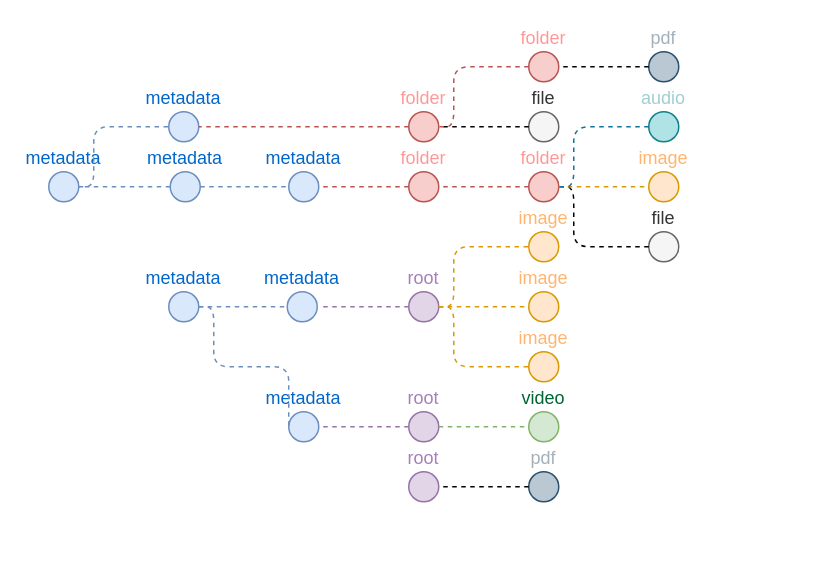
Before: docs/item-types.drawio in archival-IIIF/server, a draw.io diagram. Source tidied: cells renumbered, new cells numbered last; positions are measured from the earlier drawing's top-left corner, leaving out a move shared by most shapes. Both pictures are drawn from the tidied source at 150%, with x=0, y=0 at pixel (48, 51).
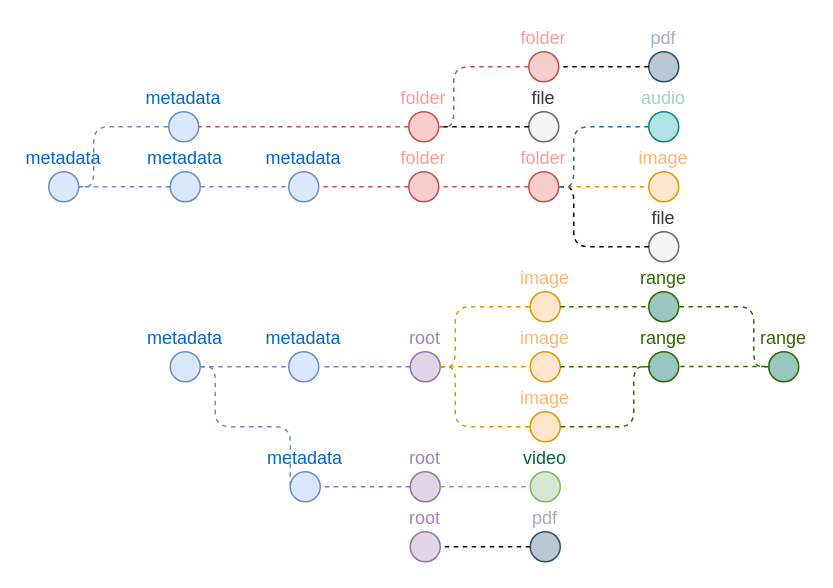
The same page after the edit.

Unchanged cells that the change refers to:
```xml
<mxCell id="36" value="file" style="ellipse;whiteSpace=wrap;html=1;fontStyle=0;labelPosition=center;verticalLabelPosition=top;align=center;verticalAlign=bottom;fillColor=#f5f5f5;fontColor=#333333;strokeColor=#666666;" parent="1" vertex="1">
  <mxGeometry x="400" y="120" width="20" height="20" as="geometry" />
</mxCell>
```

Change to the diagram source:
```diff
@@
     <mxCell id="2" value="metadata" style="ellipse;whiteSpace=wrap;html=1;fillColor=#dae8fc;strokeColor=#6c8ebf;fontStyle=0;labelPosition=center;verticalLabelPosition=top;align=center;verticalAlign=bottom;fontColor=#0066CC;" parent="1" vertex="1">
-      <mxGeometry x="80" y="160" width="20" height="20" as="geometry" />
+      <mxGeometry x="81" y="200" width="20" height="20" as="geometry" />
     </mxCell>
     <mxCell id="3" value="metadata" style="ellipse;whiteSpace=wrap;html=1;fillColor=#dae8fc;strokeColor=#6c8ebf;fontStyle=0;labelPosition=center;verticalLabelPosition=top;align=center;verticalAlign=bottom;fontColor=#0066CC;" parent="1" vertex="1">
-      <mxGeometry x="159" y="160" width="20" height="20" as="geometry" />
+      <mxGeometry x="160" y="200" width="20" height="20" as="geometry" />
     </mxCell>
     <mxCell id="4" value="metadata" style="ellipse;whiteSpace=wrap;html=1;fillColor=#dae8fc;strokeColor=#6c8ebf;fontStyle=0;labelPosition=center;verticalLabelPosition=top;align=center;verticalAlign=bottom;fontColor=#0066CC;" parent="1" vertex="1">
-      <mxGeometry x="160" y="240" width="20" height="20" as="geometry" />
+      <mxGeometry x="161" y="280" width="20" height="20" as="geometry" />
     </mxCell>
@@
     <mxCell id="6" style="edgeStyle=orthogonalEdgeStyle;rounded=1;jettySize=auto;html=1;dashed=1;endArrow=none;endFill=0;fontSize=10;fontColor=#FFB570;fillColor=#dae8fc;strokeColor=#6c8ebf;entryX=0;entryY=0.5;entryDx=0;entryDy=0;" parent="1" edge="1" target="4">
       <mxGeometry relative="1" as="geometry">
-        <mxPoint x="100" y="170" as="sourcePoint" />
+        <mxPoint x="101" y="210" as="sourcePoint" />
         <Array as="points">
-          <mxPoint x="110" y="170" />
-          <mxPoint x="110" y="210" />
+          <mxPoint x="111" y="210" />
+          <mxPoint x="111" y="250" />
         </Array>
       </mxGeometry>
     </mxCell>
@@
     <mxCell id="18" value="root" style="ellipse;whiteSpace=wrap;html=1;fillColor=#e1d5e7;strokeColor=#9673a6;fontStyle=0;labelPosition=center;verticalLabelPosition=top;align=center;verticalAlign=bottom;fontColor=#A680B8;" parent="1" vertex="1">
-      <mxGeometry x="240" y="160" width="20" height="20" as="geometry" />
+      <mxGeometry x="241" y="200" width="20" height="20" as="geometry" />
     </mxCell>
     <mxCell id="19" value="root" style="ellipse;whiteSpace=wrap;html=1;fillColor=#e1d5e7;strokeColor=#9673a6;fontStyle=0;labelPosition=center;verticalLabelPosition=top;align=center;verticalAlign=bottom;fontColor=#A680B8;" parent="1" vertex="1">
-      <mxGeometry x="240" y="240" width="20" height="20" as="geometry" />
+      <mxGeometry x="241" y="280" width="20" height="20" as="geometry" />
     </mxCell>
     <mxCell id="20" style="edgeStyle=orthogonalEdgeStyle;rounded=1;jettySize=auto;html=1;dashed=1;endArrow=none;endFill=0;fontSize=12;fontColor=#FFB570;fillColor=#e1d5e7;strokeColor=#9673a6;exitX=0;exitY=0.5;exitDx=0;exitDy=0;" parent="1" edge="1" source="18">
       <mxGeometry relative="1" as="geometry">
-        <mxPoint x="180" y="170" as="targetPoint" />
+        <mxPoint x="181" y="210" as="targetPoint" />
       </mxGeometry>
     </mxCell>
@@
     <mxCell id="22" value="image" style="ellipse;whiteSpace=wrap;html=1;fontSize=12;labelPosition=center;verticalLabelPosition=top;align=center;verticalAlign=bottom;fillColor=#ffe6cc;strokeColor=#d79b00;fontColor=#FFB570;" parent="1" vertex="1">
-      <mxGeometry x="320" y="120" width="20" height="20" as="geometry" />
+      <mxGeometry x="321" y="160" width="20" height="20" as="geometry" />
     </mxCell>
@@
     <mxCell id="24" value="image" style="ellipse;whiteSpace=wrap;html=1;fontSize=12;labelPosition=center;verticalLabelPosition=top;align=center;verticalAlign=bottom;fillColor=#ffe6cc;strokeColor=#d79b00;fontColor=#FFB570;" parent="1" vertex="1">
-      <mxGeometry x="320" y="160" width="20" height="20" as="geometry" />
+      <mxGeometry x="321" y="200" width="20" height="20" as="geometry" />
     </mxCell>
     <mxCell id="25" value="image" style="ellipse;whiteSpace=wrap;html=1;fontSize=12;labelPosition=center;verticalLabelPosition=top;align=center;verticalAlign=bottom;fillColor=#ffe6cc;strokeColor=#d79b00;fontColor=#FFB570;" parent="1" vertex="1">
-      <mxGeometry x="320" y="200" width="20" height="20" as="geometry" />
+      <mxGeometry x="321" y="240" width="20" height="20" as="geometry" />
     </mxCell>
     <mxCell id="26" value="video" style="ellipse;whiteSpace=wrap;html=1;fontSize=12;labelPosition=center;verticalLabelPosition=top;align=center;verticalAlign=bottom;fillColor=#d5e8d4;strokeColor=#82b366;fontColor=#006633;" parent="1" vertex="1">
-      <mxGeometry x="320" y="240" width="20" height="20" as="geometry" />
+      <mxGeometry x="321" y="280" width="20" height="20" as="geometry" />
     </mxCell>
     <mxCell id="27" style="edgeStyle=orthogonalEdgeStyle;rounded=1;jettySize=auto;html=1;dashed=1;endArrow=none;endFill=0;fillColor=#d5e8d4;strokeColor=#82b366;exitX=1;exitY=0.5;exitDx=0;exitDy=0;" parent="1" edge="1" source="19">
       <mxGeometry relative="1" as="geometry">
-        <mxPoint x="320" y="250" as="targetPoint" />
+        <mxPoint x="321" y="290" as="targetPoint" />
       </mxGeometry>
     </mxCell>
@@
     <mxCell id="34" style="edgeStyle=orthogonalEdgeStyle;rounded=1;jettySize=auto;html=1;dashed=1;endArrow=none;endFill=0;fontSize=12;fontColor=#FFB570;fillColor=#ffe6cc;strokeColor=#d79b00;exitX=1;exitY=0.5;exitDx=0;exitDy=0;entryX=0;entryY=0.5;entryDx=0;entryDy=0;" parent="1" edge="1" source="18" target="22">
       <mxGeometry relative="1" as="geometry">
         <Array as="points">
-          <mxPoint x="270" y="170" />
-          <mxPoint x="270" y="130" />
+          <mxPoint x="271" y="210" />
+          <mxPoint x="271" y="170" />
         </Array>
       </mxGeometry>
     </mxCell>
     <mxCell id="35" style="edgeStyle=orthogonalEdgeStyle;rounded=1;jettySize=auto;html=1;dashed=1;endArrow=none;endFill=0;fontSize=12;fontColor=#FFB570;fillColor=#ffe6cc;strokeColor=#d79b00;exitX=1;exitY=0.5;exitDx=0;exitDy=0;entryX=0;entryY=0.5;entryDx=0;entryDy=0;" parent="1" edge="1" source="18" target="25">
       <mxGeometry relative="1" as="geometry">
         <Array as="points">
-          <mxPoint x="270" y="170" />
-          <mxPoint x="270" y="210" />
+          <mxPoint x="271" y="210" />
+          <mxPoint x="271" y="250" />
         </Array>
       </mxGeometry>
     </mxCell>
+    <mxCell id="47" style="edgeStyle=orthogonalEdgeStyle;rounded=0;jettySize=auto;html=1;exitX=0.5;exitY=0;exitDx=0;exitDy=0;fontColor=#336600;strokeColor=#336600;" parent="1" edge="1" source="36">
+      <mxGeometry relative="1" as="geometry">
+        <mxPoint x="410" y="130" as="targetPoint" />
+      </mxGeometry>
+    </mxCell>
@@
     <mxCell id="44" value="root" style="ellipse;whiteSpace=wrap;html=1;fillColor=#e1d5e7;strokeColor=#9673a6;fontStyle=0;labelPosition=center;verticalLabelPosition=top;align=center;verticalAlign=bottom;fontColor=#A680B8;" parent="1" vertex="1">
-      <mxGeometry x="240" y="280" width="20" height="20" as="geometry" />
+      <mxGeometry x="241" y="320" width="20" height="20" as="geometry" />
     </mxCell>
     <mxCell id="45" value="pdf" style="ellipse;whiteSpace=wrap;html=1;fillColor=#BAC8D3;strokeColor=#29506E;fontStyle=0;labelPosition=center;verticalLabelPosition=top;align=center;verticalAlign=bottom;fontColor=#A4B0BA;" parent="1" vertex="1">
-      <mxGeometry x="320" y="280" width="20" height="20" as="geometry" />
+      <mxGeometry x="321" y="320" width="20" height="20" as="geometry" />
     </mxCell>
@@
+    <mxCell id="48" value="range" style="ellipse;whiteSpace=wrap;html=1;fillColor=#9AC7BF;strokeColor=#336600;fontStyle=0;labelPosition=center;verticalLabelPosition=top;align=center;verticalAlign=bottom;fontColor=#336600;" parent="1" vertex="1">
+      <mxGeometry x="400" y="200" width="20" height="20" as="geometry" />
+    </mxCell>
+    <mxCell id="49" style="edgeStyle=orthogonalEdgeStyle;rounded=1;orthogonalLoop=1;jettySize=auto;html=1;dashed=1;endArrow=none;endFill=0;fontSize=12;fontColor=#336600;fillColor=#ffe6cc;strokeColor=#336600;exitX=1;exitY=0.5;exitDx=0;exitDy=0;" parent="1" edge="1">
+      <mxGeometry relative="1" as="geometry">
+        <mxPoint x="341" y="210" as="sourcePoint" />
+        <mxPoint x="400" y="210" as="targetPoint" />
+      </mxGeometry>
+    </mxCell>
+    <mxCell id="50" style="edgeStyle=orthogonalEdgeStyle;rounded=1;orthogonalLoop=1;jettySize=auto;html=1;dashed=1;endArrow=none;endFill=0;exitX=0;exitY=0.5;exitDx=0;exitDy=0;entryX=1;entryY=0.5;entryDx=0;entryDy=0;fillColor=#b1ddf0;strokeColor=#336600;" parent="1" edge="1">
+      <mxGeometry relative="1" as="geometry">
+        <mxPoint x="401" y="210" as="sourcePoint" />
+        <mxPoint x="341" y="250" as="targetPoint" />
+        <Array as="points">
+          <mxPoint x="390" y="210" />
+          <mxPoint x="390" y="250" />
+        </Array>
+      </mxGeometry>
+    </mxCell>
+    <mxCell id="51" value="range" style="ellipse;whiteSpace=wrap;html=1;fillColor=#9AC7BF;strokeColor=#336600;fontStyle=0;labelPosition=center;verticalLabelPosition=top;align=center;verticalAlign=bottom;fontColor=#336600;" parent="1" vertex="1">
+      <mxGeometry x="400" y="160" width="20" height="20" as="geometry" />
+    </mxCell>
+    <mxCell id="52" style="edgeStyle=orthogonalEdgeStyle;rounded=1;jettySize=auto;html=1;dashed=1;endArrow=none;endFill=0;fontSize=12;fontColor=#336600;fillColor=#ffe6cc;strokeColor=#336600;exitX=1;exitY=0.5;exitDx=0;exitDy=0;" parent="1" edge="1" source="22">
+      <mxGeometry relative="1" as="geometry">
+        <mxPoint x="400" y="170" as="targetPoint" />
+      </mxGeometry>
+    </mxCell>
+    <mxCell id="53" value="range" style="ellipse;whiteSpace=wrap;html=1;fillColor=#9AC7BF;strokeColor=#336600;fontStyle=0;labelPosition=center;verticalLabelPosition=top;align=center;verticalAlign=bottom;fontColor=#336600;" parent="1" vertex="1">
+      <mxGeometry x="480" y="200" width="20" height="20" as="geometry" />
+    </mxCell>
+    <mxCell id="54" style="edgeStyle=orthogonalEdgeStyle;rounded=1;orthogonalLoop=1;jettySize=auto;html=1;dashed=1;endArrow=none;endFill=0;fontSize=12;fontColor=#336600;fillColor=#ffe6cc;strokeColor=#336600;exitX=1;exitY=0.5;exitDx=0;exitDy=0;" parent="1" edge="1">
+      <mxGeometry relative="1" as="geometry">
+        <mxPoint x="421" y="209.8" as="sourcePoint" />
+        <mxPoint x="480" y="209.8" as="targetPoint" />
+      </mxGeometry>
+    </mxCell>
+    <mxCell id="55" style="edgeStyle=orthogonalEdgeStyle;rounded=1;jettySize=auto;html=1;dashed=1;endArrow=none;endFill=0;exitX=0;exitY=0.5;exitDx=0;exitDy=0;entryX=1;entryY=0.5;entryDx=0;entryDy=0;fillColor=#b1ddf0;strokeColor=#336600;" parent="1" edge="1" target="51">
+      <mxGeometry relative="1" as="geometry">
+        <mxPoint x="480" y="210" as="sourcePoint" />
+        <Array as="points">
+          <mxPoint x="470" y="210" />
+          <mxPoint x="470" y="170" />
+        </Array>
+      </mxGeometry>
+    </mxCell>
```
